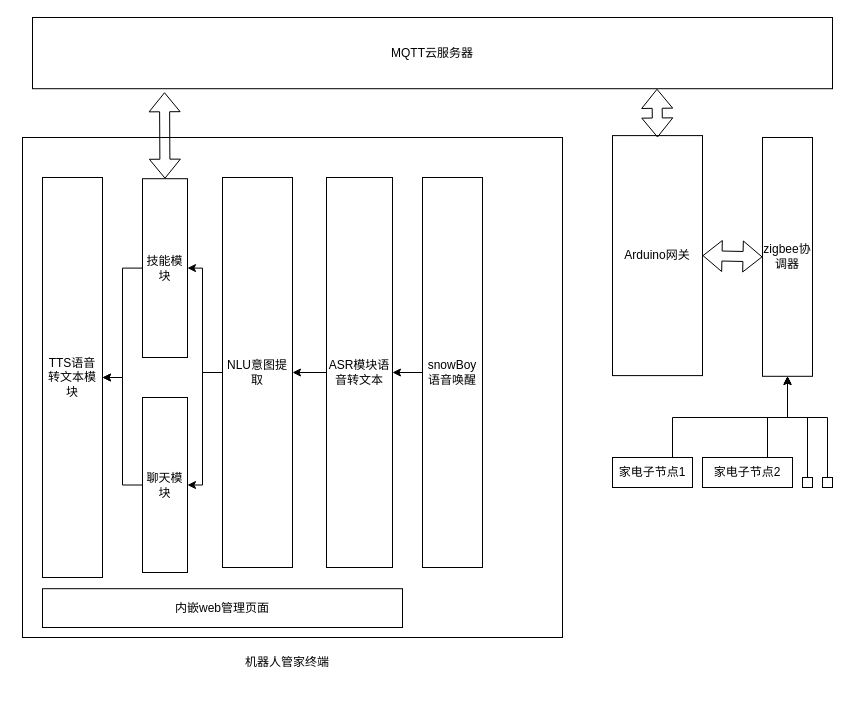
specychicken/drawIO2 keeps this draw.io diagram as my01.drawio. Above is the earlier version. Source tidied: cells renumbered, new cells numbered last; positions are measured from the earlier drawing's top-left corner, leaving out a move shared by most shapes. Both pictures are drawn from the tidied source at 100%, with x=0, y=0 at pixel (22, 17).
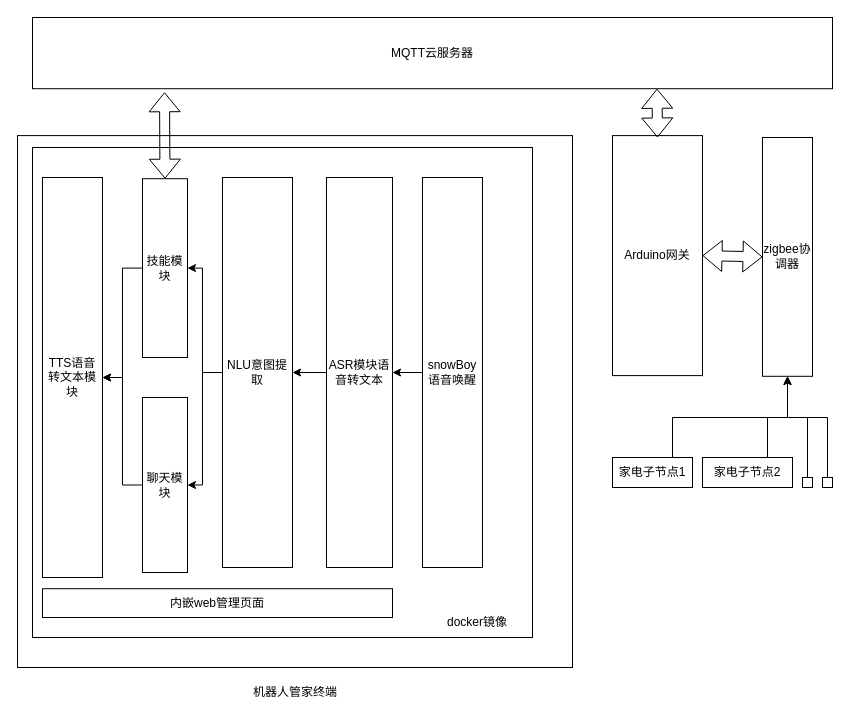
After the change.

The edit, as a diff of the source:
```diff
@@
     <mxCell id="2" style="rounded=0;whiteSpace=wrap;html=1;" parent="1" vertex="1">
-      <mxGeometry y="120" width="540" height="500" as="geometry" />
+      <mxGeometry x="-5" y="118.1" width="555" height="531.9" as="geometry" />
     </mxCell>
+    <mxCell id="32" style="rounded=0;whiteSpace=wrap;html=1;" parent="1" vertex="1">
+      <mxGeometry x="10" y="130" width="500" height="490" as="geometry" />
+    </mxCell>
@@
     <mxCell id="25" value="内嵌web管理页面" style="rounded=0;whiteSpace=wrap;html=1;" parent="1" vertex="1">
-      <mxGeometry x="20" y="571.2" width="360" height="38.8" as="geometry" />
+      <mxGeometry x="20" y="571.2" width="350" height="28.8" as="geometry" />
     </mxCell>
@@
     <mxCell id="31" value="机器人管家终端" style="text;html=1;strokeColor=none;fillColor=none;align=center;verticalAlign=middle;whiteSpace=wrap;rounded=0;" parent="1" vertex="1">
-      <mxGeometry x="210" y="630" width="110" height="30" as="geometry" />
+      <mxGeometry x="217.5" y="660" width="110" height="30" as="geometry" />
     </mxCell>
+    <mxCell id="33" value="docker镜像" style="text;html=1;strokeColor=none;fillColor=none;align=center;verticalAlign=middle;whiteSpace=wrap;rounded=0;" parent="1" vertex="1">
+      <mxGeometry x="400" y="590" width="110" height="30" as="geometry" />
+    </mxCell>
```
